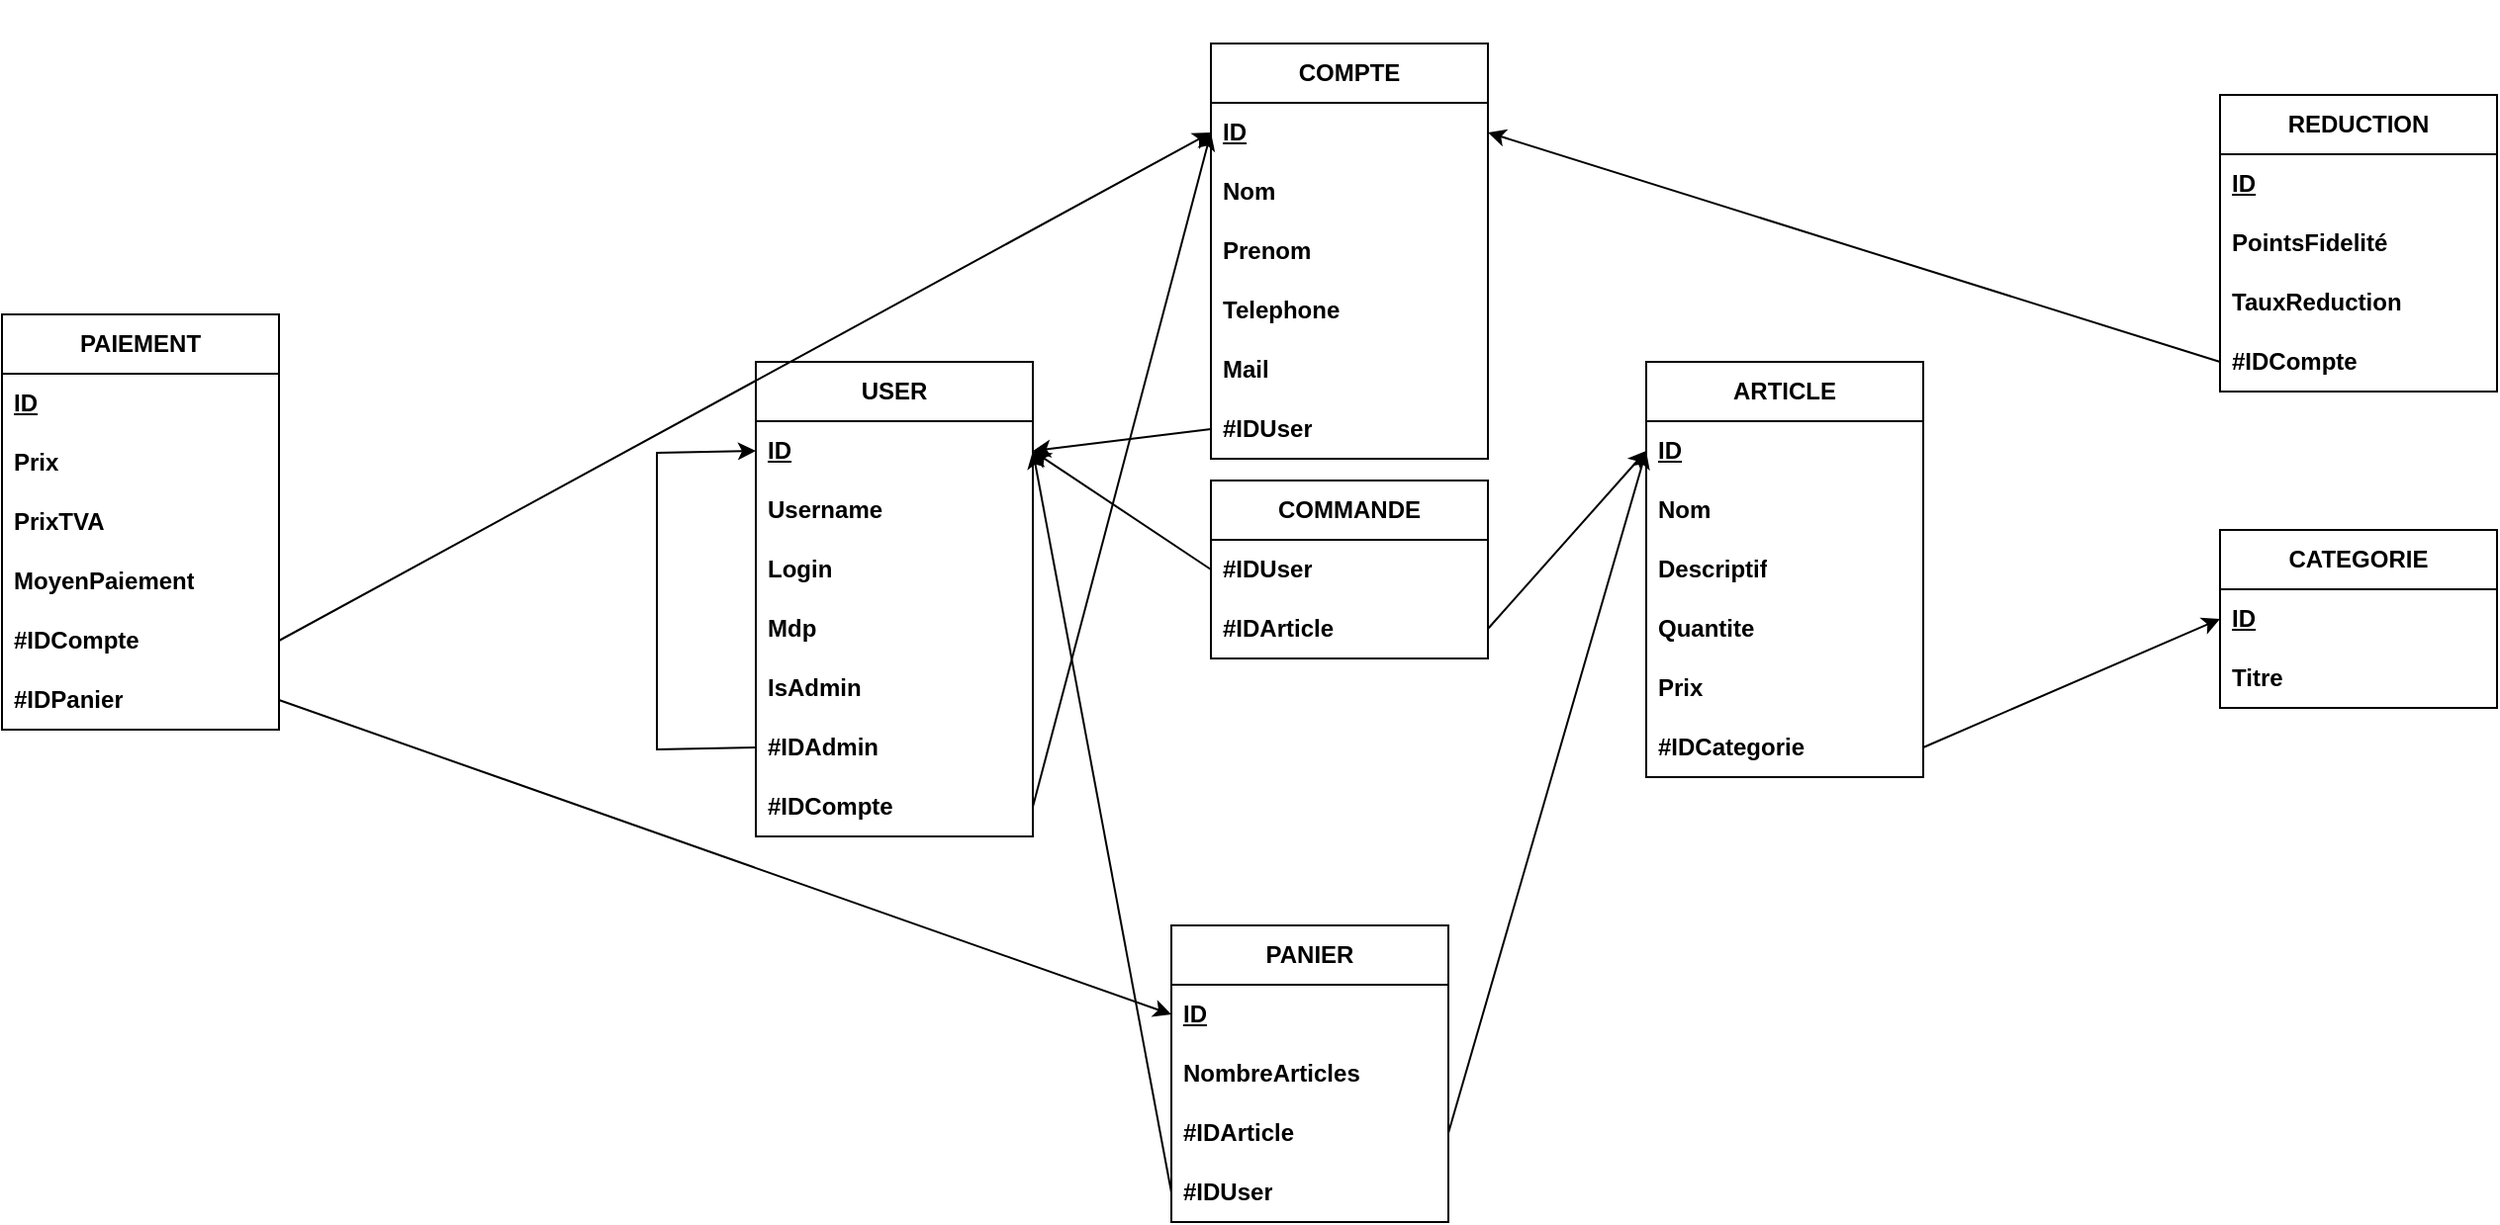
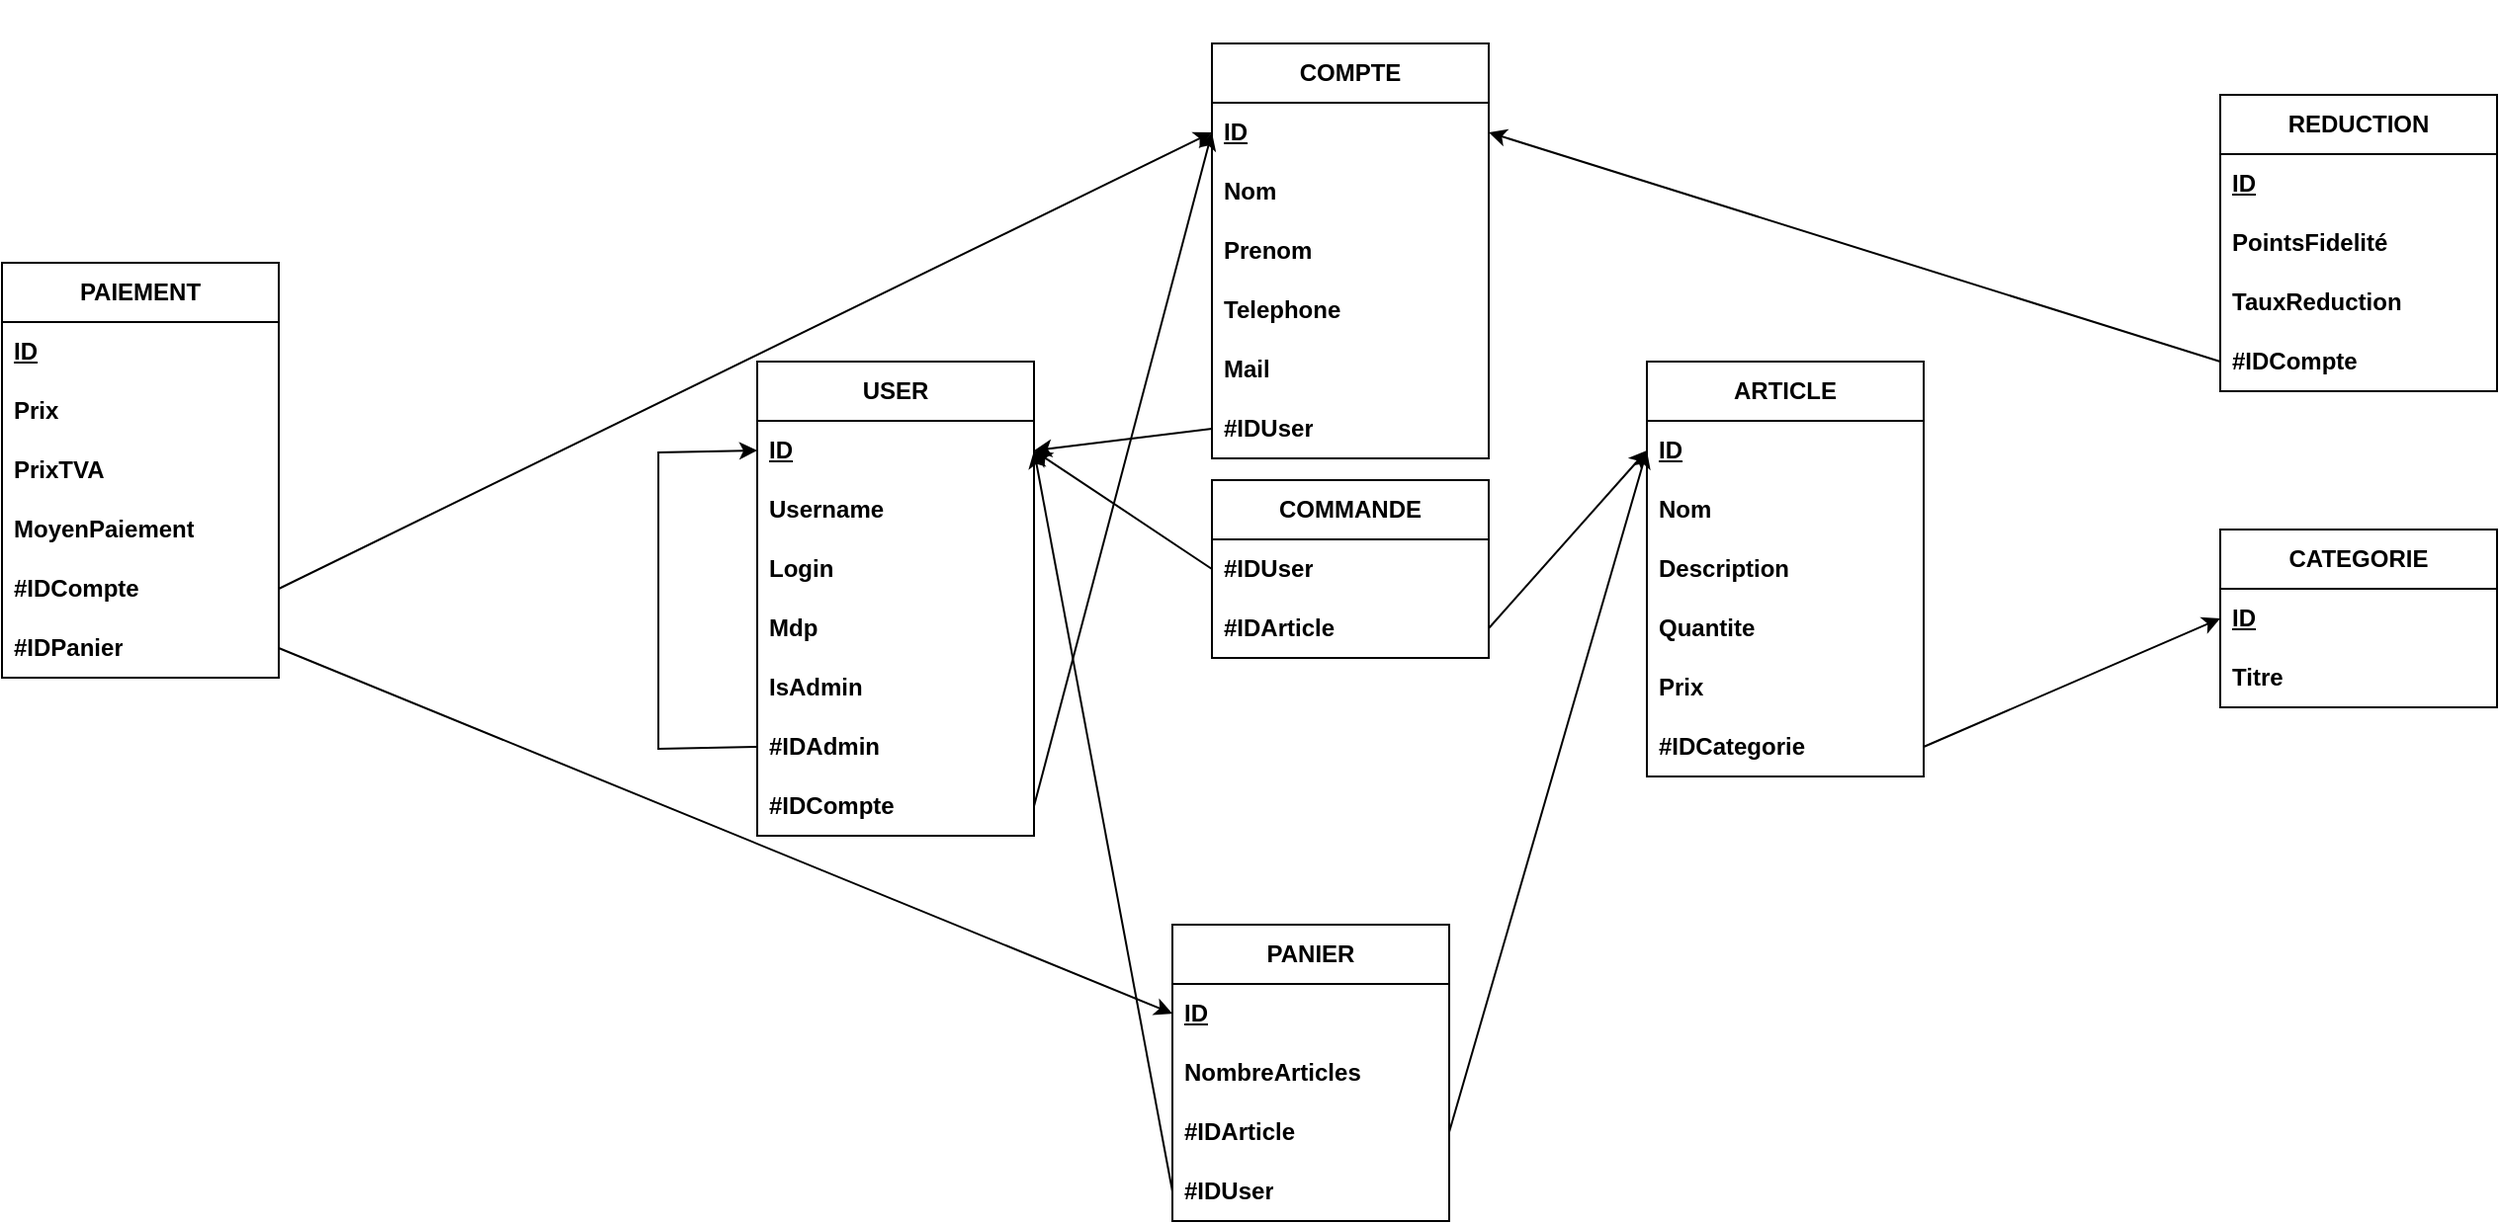
<mxfile host="app.diagrams.net" agent="Mozilla/5.0 (Windows NT 10.0; Win64; x64) AppleWebKit/537.36 (KHTML, like Gecko) Chrome/144.0.0.0 Safari/537.36" version="29.3.6">
  <diagram name="Page-1" id="twaHEqMDjoDLKVLHnj4T">
-     <mxGraphModel dx="1766" dy="1351" grid="1" gridSize="10" guides="1" tooltips="1" connect="1" arrows="1" fold="1" page="1" pageScale="1" pageWidth="827" pageHeight="1169" math="0" shadow="0">
+     <mxGraphModel dx="321" dy="512" grid="1" gridSize="10" guides="1" tooltips="1" connect="1" arrows="1" fold="1" page="1" pageScale="1" pageWidth="827" pageHeight="1169" math="0" shadow="0">
      <root>
        <mxCell id="0" />
        <mxCell id="1" parent="0" />
        <mxCell id="AJsSFgYsd-EPnzz_VSRQ-228" parent="1" style="swimlane;fontStyle=1;childLayout=stackLayout;horizontal=1;startSize=30;horizontalStack=0;resizeParent=1;resizeParentMax=0;resizeLast=0;collapsible=1;marginBottom=0;whiteSpace=wrap;html=1;" value="PANIER" vertex="1">
          <mxGeometry height="150" width="140" x="1640" y="960" as="geometry" />
        </mxCell>
        <mxCell id="AJsSFgYsd-EPnzz_VSRQ-229" parent="AJsSFgYsd-EPnzz_VSRQ-228" style="text;strokeColor=none;fillColor=none;align=left;verticalAlign=middle;spacingLeft=4;spacingRight=4;overflow=hidden;points=[[0,0.5],[1,0.5]];portConstraint=eastwest;rotatable=0;whiteSpace=wrap;html=1;fontStyle=1" value="&lt;u&gt;ID&lt;/u&gt;" vertex="1">
          <mxGeometry height="30" width="140" y="30" as="geometry" />
        </mxCell>
        <mxCell id="3l739-9b6guOVkaZam75-9" parent="AJsSFgYsd-EPnzz_VSRQ-228" style="text;strokeColor=none;fillColor=none;align=left;verticalAlign=middle;spacingLeft=4;spacingRight=4;overflow=hidden;points=[[0,0.5],[1,0.5]];portConstraint=eastwest;rotatable=0;whiteSpace=wrap;html=1;fontStyle=1" value="NombreArticles" vertex="1">
          <mxGeometry height="30" width="140" y="60" as="geometry" />
        </mxCell>
        <mxCell id="AJsSFgYsd-EPnzz_VSRQ-231" parent="AJsSFgYsd-EPnzz_VSRQ-228" style="text;strokeColor=none;fillColor=none;align=left;verticalAlign=middle;spacingLeft=4;spacingRight=4;overflow=hidden;points=[[0,0.5],[1,0.5]];portConstraint=eastwest;rotatable=0;whiteSpace=wrap;html=1;fontStyle=1" value="#IDArticle" vertex="1">
          <mxGeometry height="30" width="140" y="90" as="geometry" />
        </mxCell>
        <mxCell id="3l739-9b6guOVkaZam75-13" parent="AJsSFgYsd-EPnzz_VSRQ-228" style="text;strokeColor=none;fillColor=none;align=left;verticalAlign=middle;spacingLeft=4;spacingRight=4;overflow=hidden;points=[[0,0.5],[1,0.5]];portConstraint=eastwest;rotatable=0;whiteSpace=wrap;html=1;fontStyle=1" value="#IDUser" vertex="1">
          <mxGeometry height="30" width="140" y="120" as="geometry" />
        </mxCell>
        <mxCell id="AJsSFgYsd-EPnzz_VSRQ-234" parent="1" style="swimlane;fontStyle=1;childLayout=stackLayout;horizontal=1;startSize=30;horizontalStack=0;resizeParent=1;resizeParentMax=0;resizeLast=0;collapsible=1;marginBottom=0;whiteSpace=wrap;html=1;" value="USER" vertex="1">
          <mxGeometry height="240" width="140" x="1430" y="675" as="geometry" />
        </mxCell>
        <mxCell id="AJsSFgYsd-EPnzz_VSRQ-235" parent="AJsSFgYsd-EPnzz_VSRQ-234" style="text;strokeColor=none;fillColor=none;align=left;verticalAlign=middle;spacingLeft=4;spacingRight=4;overflow=hidden;points=[[0,0.5],[1,0.5]];portConstraint=eastwest;rotatable=0;whiteSpace=wrap;html=1;fontStyle=1" value="&lt;u&gt;ID&lt;/u&gt;" vertex="1">
          <mxGeometry height="30" width="140" y="30" as="geometry" />
        </mxCell>
        <mxCell id="AJsSFgYsd-EPnzz_VSRQ-236" parent="AJsSFgYsd-EPnzz_VSRQ-234" style="text;strokeColor=none;fillColor=none;align=left;verticalAlign=middle;spacingLeft=4;spacingRight=4;overflow=hidden;points=[[0,0.5],[1,0.5]];portConstraint=eastwest;rotatable=0;whiteSpace=wrap;html=1;fontStyle=1" value="Username" vertex="1">
          <mxGeometry height="30" width="140" y="60" as="geometry" />
        </mxCell>
        <mxCell id="AJsSFgYsd-EPnzz_VSRQ-237" parent="AJsSFgYsd-EPnzz_VSRQ-234" style="text;strokeColor=none;fillColor=none;align=left;verticalAlign=middle;spacingLeft=4;spacingRight=4;overflow=hidden;points=[[0,0.5],[1,0.5]];portConstraint=eastwest;rotatable=0;whiteSpace=wrap;html=1;fontStyle=1" value="Login" vertex="1">
          <mxGeometry height="30" width="140" y="90" as="geometry" />
        </mxCell>
        <mxCell id="AJsSFgYsd-EPnzz_VSRQ-238" parent="AJsSFgYsd-EPnzz_VSRQ-234" style="text;strokeColor=none;fillColor=none;align=left;verticalAlign=middle;spacingLeft=4;spacingRight=4;overflow=hidden;points=[[0,0.5],[1,0.5]];portConstraint=eastwest;rotatable=0;whiteSpace=wrap;html=1;fontStyle=1" value="Mdp" vertex="1">
          <mxGeometry height="30" width="140" y="120" as="geometry" />
        </mxCell>
        <mxCell id="AJsSFgYsd-EPnzz_VSRQ-239" parent="AJsSFgYsd-EPnzz_VSRQ-234" style="text;strokeColor=none;fillColor=none;align=left;verticalAlign=middle;spacingLeft=4;spacingRight=4;overflow=hidden;points=[[0,0.5],[1,0.5]];portConstraint=eastwest;rotatable=0;whiteSpace=wrap;html=1;fontStyle=1" value="IsAdmin" vertex="1">
          <mxGeometry height="30" width="140" y="150" as="geometry" />
        </mxCell>
        <mxCell id="OyikJRIkySTi3sCTWdmu-9" parent="AJsSFgYsd-EPnzz_VSRQ-234" style="text;strokeColor=none;fillColor=none;align=left;verticalAlign=middle;spacingLeft=4;spacingRight=4;overflow=hidden;points=[[0,0.5],[1,0.5]];portConstraint=eastwest;rotatable=0;whiteSpace=wrap;html=1;fontStyle=1" value="#IDAdmin" vertex="1">
          <mxGeometry height="30" width="140" y="180" as="geometry" />
        </mxCell>
        <mxCell id="OyikJRIkySTi3sCTWdmu-10" edge="1" parent="AJsSFgYsd-EPnzz_VSRQ-234" source="OyikJRIkySTi3sCTWdmu-9" style="edgeStyle=none;rounded=0;orthogonalLoop=1;jettySize=auto;html=1;exitX=0;exitY=0.5;exitDx=0;exitDy=0;entryX=0;entryY=0.5;entryDx=0;entryDy=0;" target="AJsSFgYsd-EPnzz_VSRQ-235">
          <mxGeometry relative="1" as="geometry">
            <Array as="points">
              <mxPoint x="-50" y="196" />
              <mxPoint x="-50" y="46" />
            </Array>
            <mxPoint y="196" as="sourcePoint" />
            <mxPoint x="-10" y="85" as="targetPoint" />
          </mxGeometry>
        </mxCell>
        <mxCell id="3l739-9b6guOVkaZam75-15" parent="AJsSFgYsd-EPnzz_VSRQ-234" style="text;strokeColor=none;fillColor=none;align=left;verticalAlign=middle;spacingLeft=4;spacingRight=4;overflow=hidden;points=[[0,0.5],[1,0.5]];portConstraint=eastwest;rotatable=0;whiteSpace=wrap;html=1;fontStyle=1" value="#IDCompte" vertex="1">
          <mxGeometry height="30" width="140" y="210" as="geometry" />
        </mxCell>
        <mxCell id="AJsSFgYsd-EPnzz_VSRQ-240" parent="1" style="swimlane;fontStyle=1;childLayout=stackLayout;horizontal=1;startSize=30;horizontalStack=0;resizeParent=1;resizeParentMax=0;resizeLast=0;collapsible=1;marginBottom=0;whiteSpace=wrap;html=1;" value="ARTICLE" vertex="1">
          <mxGeometry height="210" width="140" x="1880" y="675" as="geometry" />
        </mxCell>
        <mxCell id="AJsSFgYsd-EPnzz_VSRQ-241" parent="AJsSFgYsd-EPnzz_VSRQ-240" style="text;strokeColor=none;fillColor=none;align=left;verticalAlign=middle;spacingLeft=4;spacingRight=4;overflow=hidden;points=[[0,0.5],[1,0.5]];portConstraint=eastwest;rotatable=0;whiteSpace=wrap;html=1;fontStyle=1" value="&lt;u&gt;ID&lt;/u&gt;" vertex="1">
          <mxGeometry height="30" width="140" y="30" as="geometry" />
        </mxCell>
        <mxCell id="AJsSFgYsd-EPnzz_VSRQ-242" parent="AJsSFgYsd-EPnzz_VSRQ-240" style="text;strokeColor=none;fillColor=none;align=left;verticalAlign=middle;spacingLeft=4;spacingRight=4;overflow=hidden;points=[[0,0.5],[1,0.5]];portConstraint=eastwest;rotatable=0;whiteSpace=wrap;html=1;fontStyle=1" value="Nom" vertex="1">
          <mxGeometry height="30" width="140" y="60" as="geometry" />
        </mxCell>
-         <mxCell id="AJsSFgYsd-EPnzz_VSRQ-243" parent="AJsSFgYsd-EPnzz_VSRQ-240" style="text;strokeColor=none;fillColor=none;align=left;verticalAlign=middle;spacingLeft=4;spacingRight=4;overflow=hidden;points=[[0,0.5],[1,0.5]];portConstraint=eastwest;rotatable=0;whiteSpace=wrap;html=1;fontStyle=1" value="Descriptif" vertex="1">
+         <mxCell id="AJsSFgYsd-EPnzz_VSRQ-243" parent="AJsSFgYsd-EPnzz_VSRQ-240" style="text;strokeColor=none;fillColor=none;align=left;verticalAlign=middle;spacingLeft=4;spacingRight=4;overflow=hidden;points=[[0,0.5],[1,0.5]];portConstraint=eastwest;rotatable=0;whiteSpace=wrap;html=1;fontStyle=1" value="Description" vertex="1">
          <mxGeometry height="30" width="140" y="90" as="geometry" />
        </mxCell>
        <mxCell id="AJsSFgYsd-EPnzz_VSRQ-244" parent="AJsSFgYsd-EPnzz_VSRQ-240" style="text;strokeColor=none;fillColor=none;align=left;verticalAlign=middle;spacingLeft=4;spacingRight=4;overflow=hidden;points=[[0,0.5],[1,0.5]];portConstraint=eastwest;rotatable=0;whiteSpace=wrap;html=1;fontStyle=1" value="Quantite" vertex="1">
          <mxGeometry height="30" width="140" y="120" as="geometry" />
        </mxCell>
        <mxCell id="AJsSFgYsd-EPnzz_VSRQ-245" parent="AJsSFgYsd-EPnzz_VSRQ-240" style="text;strokeColor=none;fillColor=none;align=left;verticalAlign=middle;spacingLeft=4;spacingRight=4;overflow=hidden;points=[[0,0.5],[1,0.5]];portConstraint=eastwest;rotatable=0;whiteSpace=wrap;html=1;fontStyle=1" value="Prix" vertex="1">
          <mxGeometry height="30" width="140" y="150" as="geometry" />
        </mxCell>
        <mxCell id="3l739-9b6guOVkaZam75-4" parent="AJsSFgYsd-EPnzz_VSRQ-240" style="text;strokeColor=none;fillColor=none;align=left;verticalAlign=middle;spacingLeft=4;spacingRight=4;overflow=hidden;points=[[0,0.5],[1,0.5]];portConstraint=eastwest;rotatable=0;whiteSpace=wrap;html=1;fontStyle=1" value="#IDCategorie" vertex="1">
          <mxGeometry height="30" width="140" y="180" as="geometry" />
        </mxCell>
        <mxCell id="AJsSFgYsd-EPnzz_VSRQ-247" parent="1" style="swimlane;fontStyle=1;childLayout=stackLayout;horizontal=1;startSize=30;horizontalStack=0;resizeParent=1;resizeParentMax=0;resizeLast=0;collapsible=1;marginBottom=0;whiteSpace=wrap;html=1;" value="COMPTE" vertex="1">
          <mxGeometry height="210" width="140" x="1660" y="514" as="geometry" />
        </mxCell>
        <mxCell id="AJsSFgYsd-EPnzz_VSRQ-248" parent="AJsSFgYsd-EPnzz_VSRQ-247" style="text;strokeColor=none;fillColor=none;align=left;verticalAlign=middle;spacingLeft=4;spacingRight=4;overflow=hidden;points=[[0,0.5],[1,0.5]];portConstraint=eastwest;rotatable=0;whiteSpace=wrap;html=1;fontStyle=1" value="&lt;u&gt;ID&lt;/u&gt;" vertex="1">
          <mxGeometry height="30" width="140" y="30" as="geometry" />
        </mxCell>
        <mxCell id="AJsSFgYsd-EPnzz_VSRQ-249" parent="AJsSFgYsd-EPnzz_VSRQ-247" style="text;strokeColor=none;fillColor=none;align=left;verticalAlign=middle;spacingLeft=4;spacingRight=4;overflow=hidden;points=[[0,0.5],[1,0.5]];portConstraint=eastwest;rotatable=0;whiteSpace=wrap;html=1;fontStyle=1" value="Nom" vertex="1">
          <mxGeometry height="30" width="140" y="60" as="geometry" />
        </mxCell>
        <mxCell id="AJsSFgYsd-EPnzz_VSRQ-250" parent="AJsSFgYsd-EPnzz_VSRQ-247" style="text;strokeColor=none;fillColor=none;align=left;verticalAlign=middle;spacingLeft=4;spacingRight=4;overflow=hidden;points=[[0,0.5],[1,0.5]];portConstraint=eastwest;rotatable=0;whiteSpace=wrap;html=1;fontStyle=1" value="Prenom" vertex="1">
          <mxGeometry height="30" width="140" y="90" as="geometry" />
        </mxCell>
        <mxCell id="AJsSFgYsd-EPnzz_VSRQ-251" parent="AJsSFgYsd-EPnzz_VSRQ-247" style="text;strokeColor=none;fillColor=none;align=left;verticalAlign=middle;spacingLeft=4;spacingRight=4;overflow=hidden;points=[[0,0.5],[1,0.5]];portConstraint=eastwest;rotatable=0;whiteSpace=wrap;html=1;fontStyle=1" value="Telephone" vertex="1">
          <mxGeometry height="30" width="140" y="120" as="geometry" />
        </mxCell>
        <mxCell id="AJsSFgYsd-EPnzz_VSRQ-252" parent="AJsSFgYsd-EPnzz_VSRQ-247" style="text;strokeColor=none;fillColor=none;align=left;verticalAlign=middle;spacingLeft=4;spacingRight=4;overflow=hidden;points=[[0,0.5],[1,0.5]];portConstraint=eastwest;rotatable=0;whiteSpace=wrap;html=1;fontStyle=1" value="Mail" vertex="1">
          <mxGeometry height="30" width="140" y="150" as="geometry" />
        </mxCell>
        <mxCell id="3l739-9b6guOVkaZam75-14" parent="AJsSFgYsd-EPnzz_VSRQ-247" style="text;strokeColor=none;fillColor=none;align=left;verticalAlign=middle;spacingLeft=4;spacingRight=4;overflow=hidden;points=[[0,0.5],[1,0.5]];portConstraint=eastwest;rotatable=0;whiteSpace=wrap;html=1;fontStyle=1" value="#IDUser" vertex="1">
          <mxGeometry height="30" width="140" y="180" as="geometry" />
        </mxCell>
        <mxCell id="AJsSFgYsd-EPnzz_VSRQ-260" parent="1" style="swimlane;fontStyle=1;childLayout=stackLayout;horizontal=1;startSize=30;horizontalStack=0;resizeParent=1;resizeParentMax=0;resizeLast=0;collapsible=1;marginBottom=0;whiteSpace=wrap;html=1;" value="CATEGORIE" vertex="1">
          <mxGeometry height="90" width="140" x="2170" y="760" as="geometry" />
        </mxCell>
        <mxCell id="AJsSFgYsd-EPnzz_VSRQ-261" parent="AJsSFgYsd-EPnzz_VSRQ-260" style="text;strokeColor=none;fillColor=none;align=left;verticalAlign=middle;spacingLeft=4;spacingRight=4;overflow=hidden;points=[[0,0.5],[1,0.5]];portConstraint=eastwest;rotatable=0;whiteSpace=wrap;html=1;fontStyle=1" value="&lt;u&gt;ID&lt;/u&gt;" vertex="1">
          <mxGeometry height="30" width="140" y="30" as="geometry" />
        </mxCell>
        <mxCell id="3l739-9b6guOVkaZam75-10" parent="AJsSFgYsd-EPnzz_VSRQ-260" style="text;strokeColor=none;fillColor=none;align=left;verticalAlign=middle;spacingLeft=4;spacingRight=4;overflow=hidden;points=[[0,0.5],[1,0.5]];portConstraint=eastwest;rotatable=0;whiteSpace=wrap;html=1;fontStyle=1" value="Titre" vertex="1">
          <mxGeometry height="30" width="140" y="60" as="geometry" />
        </mxCell>
        <mxCell id="AJsSFgYsd-EPnzz_VSRQ-274" parent="1" style="swimlane;fontStyle=1;childLayout=stackLayout;horizontal=1;startSize=30;horizontalStack=0;resizeParent=1;resizeParentMax=0;resizeLast=0;collapsible=1;marginBottom=0;whiteSpace=wrap;html=1;" value="REDUCTION" vertex="1">
          <mxGeometry height="150" width="140" x="2170" y="540" as="geometry" />
        </mxCell>
        <mxCell id="AJsSFgYsd-EPnzz_VSRQ-275" parent="AJsSFgYsd-EPnzz_VSRQ-274" style="text;strokeColor=none;fillColor=none;align=left;verticalAlign=middle;spacingLeft=4;spacingRight=4;overflow=hidden;points=[[0,0.5],[1,0.5]];portConstraint=eastwest;rotatable=0;whiteSpace=wrap;html=1;fontStyle=1" value="&lt;u&gt;ID&lt;/u&gt;" vertex="1">
          <mxGeometry height="30" width="140" y="30" as="geometry" />
        </mxCell>
        <mxCell id="AJsSFgYsd-EPnzz_VSRQ-276" parent="AJsSFgYsd-EPnzz_VSRQ-274" style="text;strokeColor=none;fillColor=none;align=left;verticalAlign=middle;spacingLeft=4;spacingRight=4;overflow=hidden;points=[[0,0.5],[1,0.5]];portConstraint=eastwest;rotatable=0;whiteSpace=wrap;html=1;fontStyle=1" value="PointsFidelité" vertex="1">
          <mxGeometry height="30" width="140" y="60" as="geometry" />
        </mxCell>
        <mxCell id="AJsSFgYsd-EPnzz_VSRQ-277" parent="AJsSFgYsd-EPnzz_VSRQ-274" style="text;strokeColor=none;fillColor=none;align=left;verticalAlign=middle;spacingLeft=4;spacingRight=4;overflow=hidden;points=[[0,0.5],[1,0.5]];portConstraint=eastwest;rotatable=0;whiteSpace=wrap;html=1;fontStyle=1" value="TauxReduction" vertex="1">
          <mxGeometry height="30" width="140" y="90" as="geometry" />
        </mxCell>
        <mxCell id="3l739-9b6guOVkaZam75-7" parent="AJsSFgYsd-EPnzz_VSRQ-274" style="text;strokeColor=none;fillColor=none;align=left;verticalAlign=middle;spacingLeft=4;spacingRight=4;overflow=hidden;points=[[0,0.5],[1,0.5]];portConstraint=eastwest;rotatable=0;whiteSpace=wrap;html=1;fontStyle=1" value="#IDCompte" vertex="1">
          <mxGeometry height="30" width="140" y="120" as="geometry" />
        </mxCell>
        <mxCell id="AJsSFgYsd-EPnzz_VSRQ-292" parent="1" style="swimlane;fontStyle=1;childLayout=stackLayout;horizontal=1;startSize=30;horizontalStack=0;resizeParent=1;resizeParentMax=0;resizeLast=0;collapsible=1;marginBottom=0;whiteSpace=wrap;html=1;" value="PAIEMENT" vertex="1">
-           <mxGeometry height="210" width="140" x="1049" y="651" as="geometry" />
+           <mxGeometry height="210" width="140" x="1048" y="625" as="geometry" />
        </mxCell>
        <mxCell id="AJsSFgYsd-EPnzz_VSRQ-293" parent="AJsSFgYsd-EPnzz_VSRQ-292" style="text;strokeColor=none;fillColor=none;align=left;verticalAlign=middle;spacingLeft=4;spacingRight=4;overflow=hidden;points=[[0,0.5],[1,0.5]];portConstraint=eastwest;rotatable=0;whiteSpace=wrap;html=1;fontStyle=1" value="&lt;u&gt;ID&lt;/u&gt;" vertex="1">
          <mxGeometry height="30" width="140" y="30" as="geometry" />
        </mxCell>
        <mxCell id="AJsSFgYsd-EPnzz_VSRQ-295" parent="AJsSFgYsd-EPnzz_VSRQ-292" style="text;strokeColor=none;fillColor=none;align=left;verticalAlign=middle;spacingLeft=4;spacingRight=4;overflow=hidden;points=[[0,0.5],[1,0.5]];portConstraint=eastwest;rotatable=0;whiteSpace=wrap;html=1;fontStyle=1" value="Prix" vertex="1">
          <mxGeometry height="30" width="140" y="60" as="geometry" />
        </mxCell>
        <mxCell id="AJsSFgYsd-EPnzz_VSRQ-296" parent="AJsSFgYsd-EPnzz_VSRQ-292" style="text;strokeColor=none;fillColor=none;align=left;verticalAlign=middle;spacingLeft=4;spacingRight=4;overflow=hidden;points=[[0,0.5],[1,0.5]];portConstraint=eastwest;rotatable=0;whiteSpace=wrap;html=1;fontStyle=1" value="PrixTVA" vertex="1">
          <mxGeometry height="30" width="140" y="90" as="geometry" />
        </mxCell>
        <mxCell id="3l739-9b6guOVkaZam75-18" parent="AJsSFgYsd-EPnzz_VSRQ-292" style="text;strokeColor=none;fillColor=none;align=left;verticalAlign=middle;spacingLeft=4;spacingRight=4;overflow=hidden;points=[[0,0.5],[1,0.5]];portConstraint=eastwest;rotatable=0;whiteSpace=wrap;html=1;fontStyle=1" value="MoyenPaiement" vertex="1">
          <mxGeometry height="30" width="140" y="120" as="geometry" />
        </mxCell>
        <mxCell id="OyikJRIkySTi3sCTWdmu-1" parent="AJsSFgYsd-EPnzz_VSRQ-292" style="text;strokeColor=none;fillColor=none;align=left;verticalAlign=middle;spacingLeft=4;spacingRight=4;overflow=hidden;points=[[0,0.5],[1,0.5]];portConstraint=eastwest;rotatable=0;whiteSpace=wrap;html=1;fontStyle=1" value="#IDCompte" vertex="1">
          <mxGeometry height="30" width="140" y="150" as="geometry" />
        </mxCell>
        <mxCell id="OyikJRIkySTi3sCTWdmu-4" parent="AJsSFgYsd-EPnzz_VSRQ-292" style="text;strokeColor=none;fillColor=none;align=left;verticalAlign=middle;spacingLeft=4;spacingRight=4;overflow=hidden;points=[[0,0.5],[1,0.5]];portConstraint=eastwest;rotatable=0;whiteSpace=wrap;html=1;fontStyle=1" value="#IDPanier" vertex="1">
          <mxGeometry height="30" width="140" y="180" as="geometry" />
        </mxCell>
        <mxCell id="AJsSFgYsd-EPnzz_VSRQ-314" parent="1" style="swimlane;fontStyle=1;childLayout=stackLayout;horizontal=1;startSize=30;horizontalStack=0;resizeParent=1;resizeParentMax=0;resizeLast=0;collapsible=1;marginBottom=0;whiteSpace=wrap;html=1;" value="COMMANDE" vertex="1">
          <mxGeometry height="90" width="140" x="1660" y="735" as="geometry" />
        </mxCell>
        <mxCell id="AJsSFgYsd-EPnzz_VSRQ-315" parent="AJsSFgYsd-EPnzz_VSRQ-314" style="text;strokeColor=none;fillColor=none;align=left;verticalAlign=middle;spacingLeft=4;spacingRight=4;overflow=hidden;points=[[0,0.5],[1,0.5]];portConstraint=eastwest;rotatable=0;whiteSpace=wrap;html=1;fontStyle=1" value="#IDUser" vertex="1">
          <mxGeometry height="30" width="140" y="30" as="geometry" />
        </mxCell>
        <mxCell id="AJsSFgYsd-EPnzz_VSRQ-316" parent="AJsSFgYsd-EPnzz_VSRQ-314" style="text;strokeColor=none;fillColor=none;align=left;verticalAlign=middle;spacingLeft=4;spacingRight=4;overflow=hidden;points=[[0,0.5],[1,0.5]];portConstraint=eastwest;rotatable=0;whiteSpace=wrap;html=1;fontStyle=1" value="#IDArticle" vertex="1">
          <mxGeometry height="30" width="140" y="60" as="geometry" />
        </mxCell>
        <mxCell id="AJsSFgYsd-EPnzz_VSRQ-317" edge="1" parent="1" source="AJsSFgYsd-EPnzz_VSRQ-315" style="edgeStyle=none;rounded=0;orthogonalLoop=1;jettySize=auto;html=1;exitX=0;exitY=0.5;exitDx=0;exitDy=0;entryX=1;entryY=0.5;entryDx=0;entryDy=0;" target="AJsSFgYsd-EPnzz_VSRQ-235">
          <mxGeometry relative="1" as="geometry">
            <mxPoint x="1719" y="736" as="targetPoint" />
          </mxGeometry>
        </mxCell>
        <mxCell id="AJsSFgYsd-EPnzz_VSRQ-318" edge="1" parent="1" source="AJsSFgYsd-EPnzz_VSRQ-316" style="edgeStyle=none;rounded=0;orthogonalLoop=1;jettySize=auto;html=1;exitX=1;exitY=0.5;exitDx=0;exitDy=0;entryX=0;entryY=0.5;entryDx=0;entryDy=0;" target="AJsSFgYsd-EPnzz_VSRQ-241">
          <mxGeometry relative="1" as="geometry">
            <mxPoint x="1986" y="706" as="targetPoint" />
          </mxGeometry>
        </mxCell>
        <mxCell id="OyikJRIkySTi3sCTWdmu-3" edge="1" parent="1" source="OyikJRIkySTi3sCTWdmu-1" style="edgeStyle=none;rounded=0;orthogonalLoop=1;jettySize=auto;html=1;exitX=1;exitY=0.5;exitDx=0;exitDy=0;entryX=0;entryY=0.5;entryDx=0;entryDy=0;" target="AJsSFgYsd-EPnzz_VSRQ-248">
          <mxGeometry relative="1" as="geometry">
            <mxPoint x="1898" y="856" as="sourcePoint" />
            <mxPoint x="1610" y="530" as="targetPoint" />
          </mxGeometry>
        </mxCell>
        <mxCell id="OyikJRIkySTi3sCTWdmu-5" edge="1" parent="1" style="edgeStyle=orthogonalEdgeStyle;rounded=0;orthogonalLoop=1;jettySize=auto;html=1;exitX=0.5;exitY=1;exitDx=0;exitDy=0;">
          <mxGeometry relative="1" as="geometry">
            <mxPoint x="1454" y="500" as="sourcePoint" />
            <mxPoint x="1454" y="500" as="targetPoint" />
          </mxGeometry>
        </mxCell>
        <mxCell id="3l739-9b6guOVkaZam75-1" edge="1" parent="1" source="OyikJRIkySTi3sCTWdmu-4" style="edgeStyle=none;rounded=0;orthogonalLoop=1;jettySize=auto;html=1;exitX=1;exitY=0.5;exitDx=0;exitDy=0;entryX=0;entryY=0.5;entryDx=0;entryDy=0;" target="AJsSFgYsd-EPnzz_VSRQ-229">
          <mxGeometry relative="1" as="geometry">
            <mxPoint x="1380" y="490" as="sourcePoint" />
            <mxPoint x="1320" y="1061.6666666666667" as="targetPoint" />
          </mxGeometry>
        </mxCell>
        <mxCell id="3l739-9b6guOVkaZam75-5" edge="1" parent="1" source="3l739-9b6guOVkaZam75-4" style="edgeStyle=none;rounded=0;orthogonalLoop=1;jettySize=auto;html=1;exitX=1;exitY=0.5;exitDx=0;exitDy=0;entryX=0;entryY=0.5;entryDx=0;entryDy=0;" target="AJsSFgYsd-EPnzz_VSRQ-261">
          <mxGeometry relative="1" as="geometry">
            <mxPoint x="2080" y="960" as="sourcePoint" />
            <mxPoint x="1980" y="1065" as="targetPoint" />
          </mxGeometry>
        </mxCell>
        <mxCell id="3l739-9b6guOVkaZam75-6" edge="1" parent="1" source="3l739-9b6guOVkaZam75-7" style="edgeStyle=none;rounded=0;orthogonalLoop=1;jettySize=auto;html=1;entryX=1;entryY=0.5;entryDx=0;entryDy=0;exitX=0;exitY=0.5;exitDx=0;exitDy=0;" target="AJsSFgYsd-EPnzz_VSRQ-248">
          <mxGeometry relative="1" as="geometry">
            <mxPoint x="2110" y="610" as="sourcePoint" />
            <mxPoint x="2250" y="840" as="targetPoint" />
          </mxGeometry>
        </mxCell>
        <mxCell id="3l739-9b6guOVkaZam75-11" edge="1" parent="1" source="AJsSFgYsd-EPnzz_VSRQ-231" style="edgeStyle=none;rounded=0;orthogonalLoop=1;jettySize=auto;html=1;exitX=1;exitY=0.5;exitDx=0;exitDy=0;entryX=0;entryY=0.5;entryDx=0;entryDy=0;" target="AJsSFgYsd-EPnzz_VSRQ-241">
          <mxGeometry relative="1" as="geometry">
            <mxPoint x="1820" y="1030" as="sourcePoint" />
            <mxPoint x="2240" y="1270" as="targetPoint" />
          </mxGeometry>
        </mxCell>
        <mxCell id="3l739-9b6guOVkaZam75-12" edge="1" parent="1" source="3l739-9b6guOVkaZam75-13" style="edgeStyle=none;rounded=0;orthogonalLoop=1;jettySize=auto;html=1;entryX=1;entryY=0.5;entryDx=0;entryDy=0;exitX=0;exitY=0.5;exitDx=0;exitDy=0;" target="AJsSFgYsd-EPnzz_VSRQ-235">
          <mxGeometry relative="1" as="geometry">
            <mxPoint x="1890" y="1150" as="sourcePoint" />
            <mxPoint x="2000" y="1010" as="targetPoint" />
          </mxGeometry>
        </mxCell>
        <mxCell id="3l739-9b6guOVkaZam75-16" edge="1" parent="1" source="3l739-9b6guOVkaZam75-14" style="edgeStyle=none;rounded=0;orthogonalLoop=1;jettySize=auto;html=1;exitX=0;exitY=0.5;exitDx=0;exitDy=0;entryX=1;entryY=0.5;entryDx=0;entryDy=0;" target="AJsSFgYsd-EPnzz_VSRQ-235">
          <mxGeometry relative="1" as="geometry">
            <mxPoint x="1654" y="710" as="sourcePoint" />
            <mxPoint x="1564" y="650" as="targetPoint" />
          </mxGeometry>
        </mxCell>
        <mxCell id="3l739-9b6guOVkaZam75-17" edge="1" parent="1" source="3l739-9b6guOVkaZam75-15" style="edgeStyle=none;rounded=0;orthogonalLoop=1;jettySize=auto;html=1;exitX=1;exitY=0.5;exitDx=0;exitDy=0;entryX=0;entryY=0.5;entryDx=0;entryDy=0;" target="AJsSFgYsd-EPnzz_VSRQ-248">
          <mxGeometry relative="1" as="geometry">
            <mxPoint x="1720" y="750" as="sourcePoint" />
            <mxPoint x="1630" y="761" as="targetPoint" />
          </mxGeometry>
        </mxCell>
      </root>
    </mxGraphModel>
  </diagram>
</mxfile>
